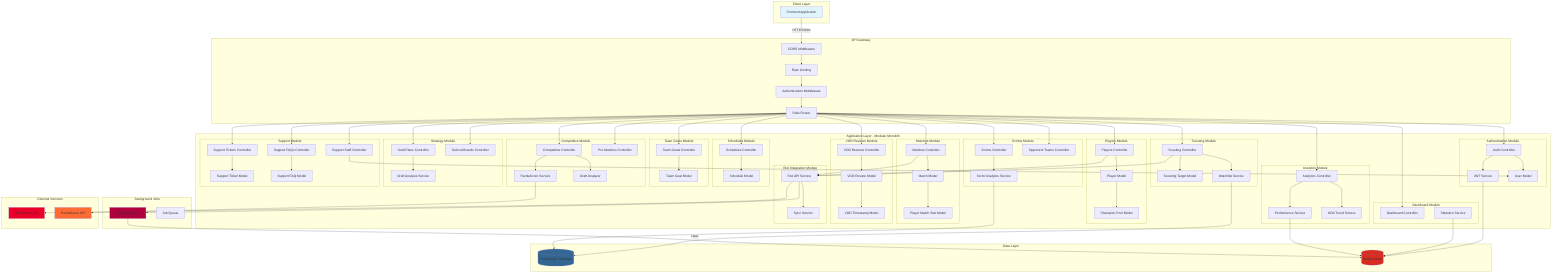
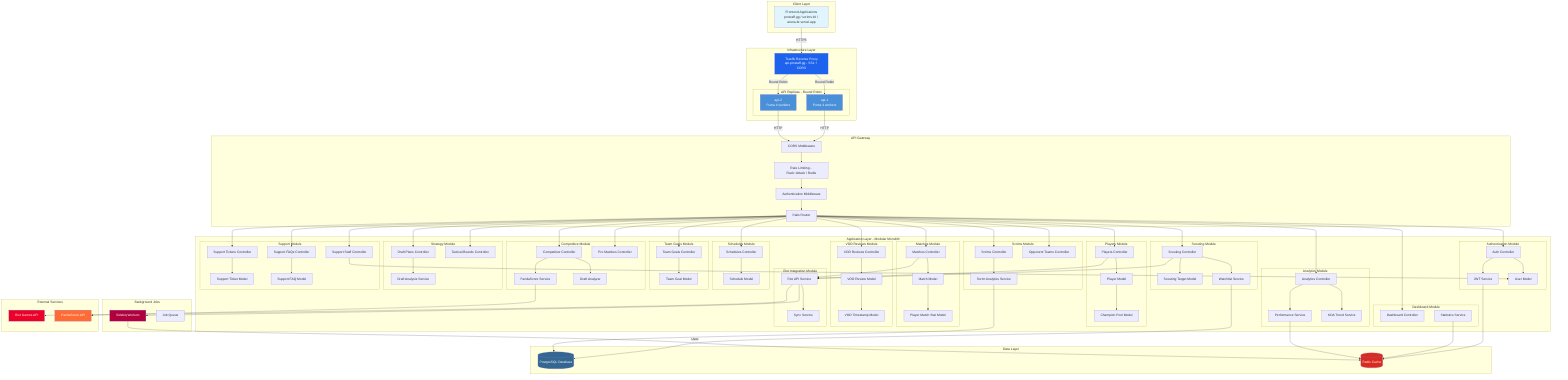
graph TB
    subgraph "Client Layer"
-         Client[Frontend Application]
+         Client[Frontend Applications\nprostaff.gg / scrims.lol / arena-br.vercel.app]
+     end
+ 
+     subgraph "Infrastructure Layer"
+         Traefik[Traefik Reverse Proxy\napi.prostaff.gg - SSL + CORS]
+         subgraph "API Replicas - Round Robin"
+             API1[api-1\nPuma 4 workers]
+             API2[api-2\nPuma 4 workers]
+         end
    end

    subgraph "API Gateway"
        Router[Rails Router]
        CORS[CORS Middleware]
-         RateLimit[Rate Limiting]
+         RateLimit[Rate Limiting - Rack::Attack / Redis]
        Auth[Authentication Middleware]
    end

    subgraph "Application Layer - Modular Monolith"
        subgraph "Authentication Module"
            AuthController[Auth Controller]
            JWTService[JWT Service]
            UserModel[User Model]
        end

        subgraph "Dashboard Module"
            DashboardController[Dashboard Controller]
            DashStats[Statistics Service]
        end

        subgraph "Players Module"
            PlayersController[Players Controller]
            PlayerModel[Player Model]
            ChampionPoolModel[Champion Pool Model]
        end

        subgraph "Scouting Module"
            ScoutingController[Scouting Controller]
            ScoutingTargetModel[Scouting Target Model]
            Watchlist[Watchlist Service]
        end

        subgraph "Analytics Module"
            AnalyticsController[Analytics Controller]
            PerformanceService[Performance Service]
            KDAService[KDA Trend Service]
        end

        subgraph "Matches Module"
            MatchesController[Matches Controller]
            MatchModel[Match Model]
            PlayerMatchStatModel[Player Match Stat Model]
        end

        subgraph "Schedules Module"
            SchedulesController[Schedules Controller]
            ScheduleModel[Schedule Model]
        end

        subgraph "VOD Reviews Module"
            VODController[VOD Reviews Controller]
            VodReviewModel[VOD Review Model]
            VodTimestampModel[VOD Timestamp Model]
        end

        subgraph "Team Goals Module"
            GoalsController[Team Goals Controller]
            TeamGoalModel[Team Goal Model]
        end

        subgraph "Riot Integration Module"
            RiotService[Riot API Service]
            RiotSync[Sync Service]
        end

        subgraph "Competitive Module"
            CompetitiveController[Competitive Controller]
            ProMatchesController[Pro Matches Controller]
            PandaScoreService[PandaScore Service]
            DraftAnalyzer[Draft Analyzer]
        end

        subgraph "Scrims Module"
            ScrimsController[Scrims Controller]
            OpponentTeamsController[Opponent Teams Controller]
            ScrimAnalytics[Scrim Analytics Service]
        end

        subgraph "Strategy Module"
            DraftPlansController[Draft Plans Controller]
            TacticalBoardsController[Tactical Boards Controller]
            DraftAnalysisService[Draft Analysis Service]
        end

        subgraph "Support Module"
            SupportTicketsController[Support Tickets Controller]
            SupportFaqsController[Support FAQs Controller]
            SupportStaffController[Support Staff Controller]
            SupportTicketModel[Support Ticket Model]
            SupportFaqModel[Support FAQ Model]
        end
    end

    subgraph "Data Layer"
        PostgreSQL[(PostgreSQL Database)]
        Redis[(Redis Cache)]
    end

    subgraph "Background Jobs"
        Sidekiq[Sidekiq Workers]
        JobQueue[Job Queue]
    end

    subgraph "External Services"
        RiotAPI[Riot Games API]
        PandaScoreAPI[PandaScore API]
    end

-     Client -->|HTTP/JSON| CORS
+     Client -->|HTTPS| Traefik
+     Traefik -->|Round Robin| API1
+     Traefik -->|Round Robin| API2
+     API1 -->|HTTP| CORS
+     API2 -->|HTTP| CORS
    CORS --> RateLimit
    RateLimit --> Auth
    Auth --> Router

    Router --> AuthController
    Router --> DashboardController
    Router --> PlayersController
    Router --> ScoutingController
    Router --> AnalyticsController
    Router --> MatchesController
    Router --> SchedulesController
    Router --> VODController
    Router --> GoalsController
    Router --> CompetitiveController
    Router --> ProMatchesController
    Router --> ScrimsController
    Router --> OpponentTeamsController
    Router --> DraftPlansController
    Router --> TacticalBoardsController
    Router --> SupportTicketsController
    Router --> SupportFaqsController
    Router --> SupportStaffController

    AuthController --> JWTService
    AuthController --> UserModel
    PlayersController --> PlayerModel
    PlayerModel --> ChampionPoolModel
    ScoutingController --> ScoutingTargetModel
    ScoutingController --> Watchlist
    Watchlist --> PostgreSQL
    MatchesController --> MatchModel
    MatchModel --> PlayerMatchStatModel
    SchedulesController --> ScheduleModel
    VODController --> VodReviewModel
    VodReviewModel --> VodTimestampModel
    GoalsController --> TeamGoalModel
    AnalyticsController --> PerformanceService
    AnalyticsController --> KDAService
    CompetitiveController --> PandaScoreService
    CompetitiveController --> DraftAnalyzer
    ScrimsController --> ScrimAnalytics
    ScrimAnalytics --> PostgreSQL
    DraftPlansController --> DraftAnalysisService
    SupportTicketsController --> SupportTicketModel
    SupportFaqsController --> SupportFaqModel
    SupportStaffController --> UserModel

    JWTService --> Redis
    DashStats --> Redis
    PerformanceService --> Redis

    PlayersController --> RiotService
    MatchesController --> RiotService
    ScoutingController --> RiotService
    RiotService --> RiotSync
    RiotService --> RiotAPI

    RiotService --> Sidekiq

    PandaScoreService --> PandaScoreAPI
    Sidekiq -- Uses --> Redis

    style Client fill:#e1f5ff
-     style PostgreSQL fill:#336791
-     style Redis fill:#d82c20
-     style RiotAPI fill:#eb0029
-     style PandaScoreAPI fill:#ff6b35
-     style Sidekiq fill:#b1003e+     style Traefik fill:#1d63ed,color:#fff
+     style API1 fill:#4a90d9,color:#fff
+     style API2 fill:#4a90d9,color:#fff
+     style PostgreSQL fill:#336791,color:#fff
+     style Redis fill:#d82c20,color:#fff
+     style RiotAPI fill:#eb0029,color:#fff
+     style PandaScoreAPI fill:#ff6b35,color:#fff
+     style Sidekiq fill:#b1003e,color:#fff